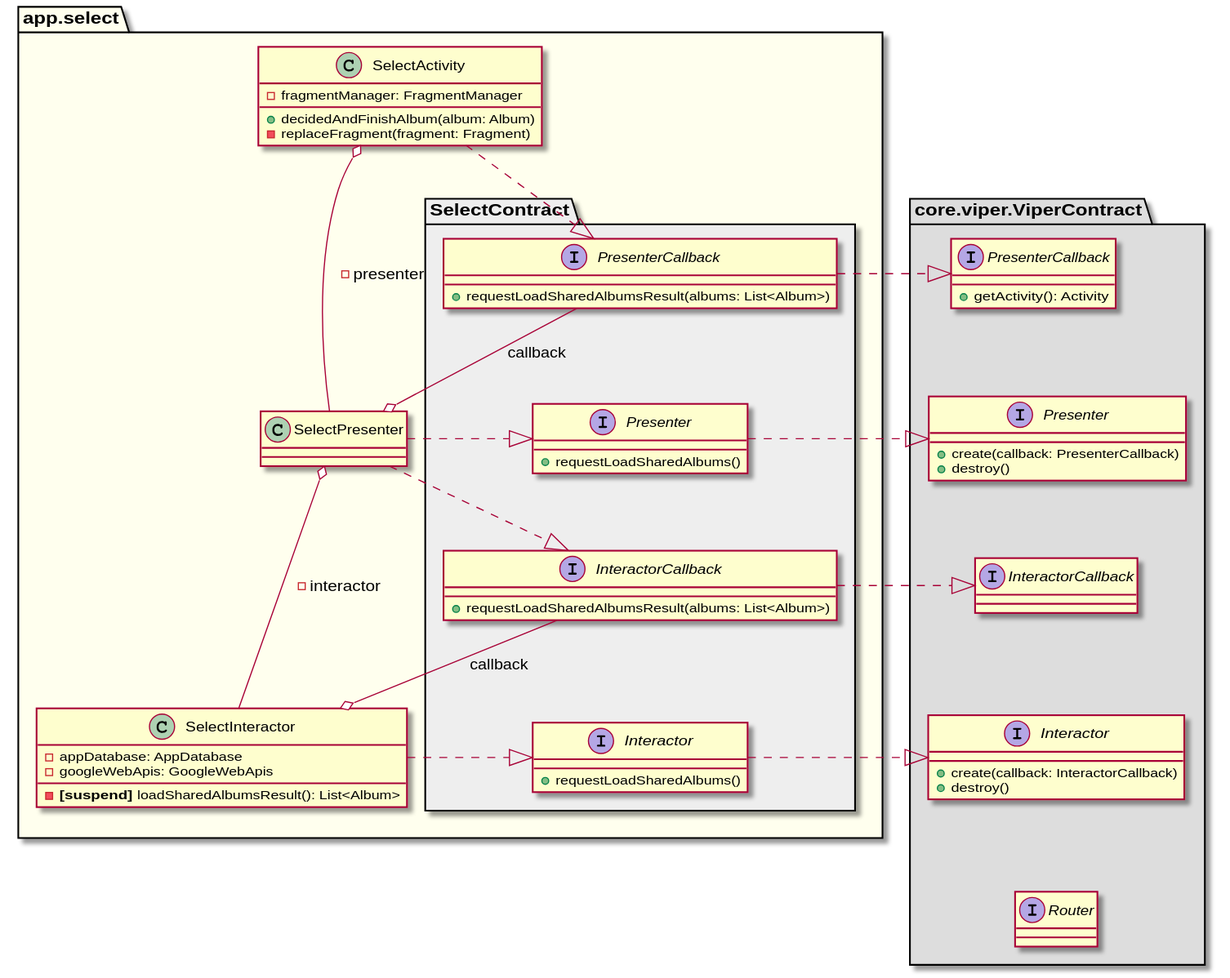
This is uml/select/class_diagram_select_viper.svg from sallyluenoa/PhotoSlideShow, a PlantUML export, as it was before one commit.
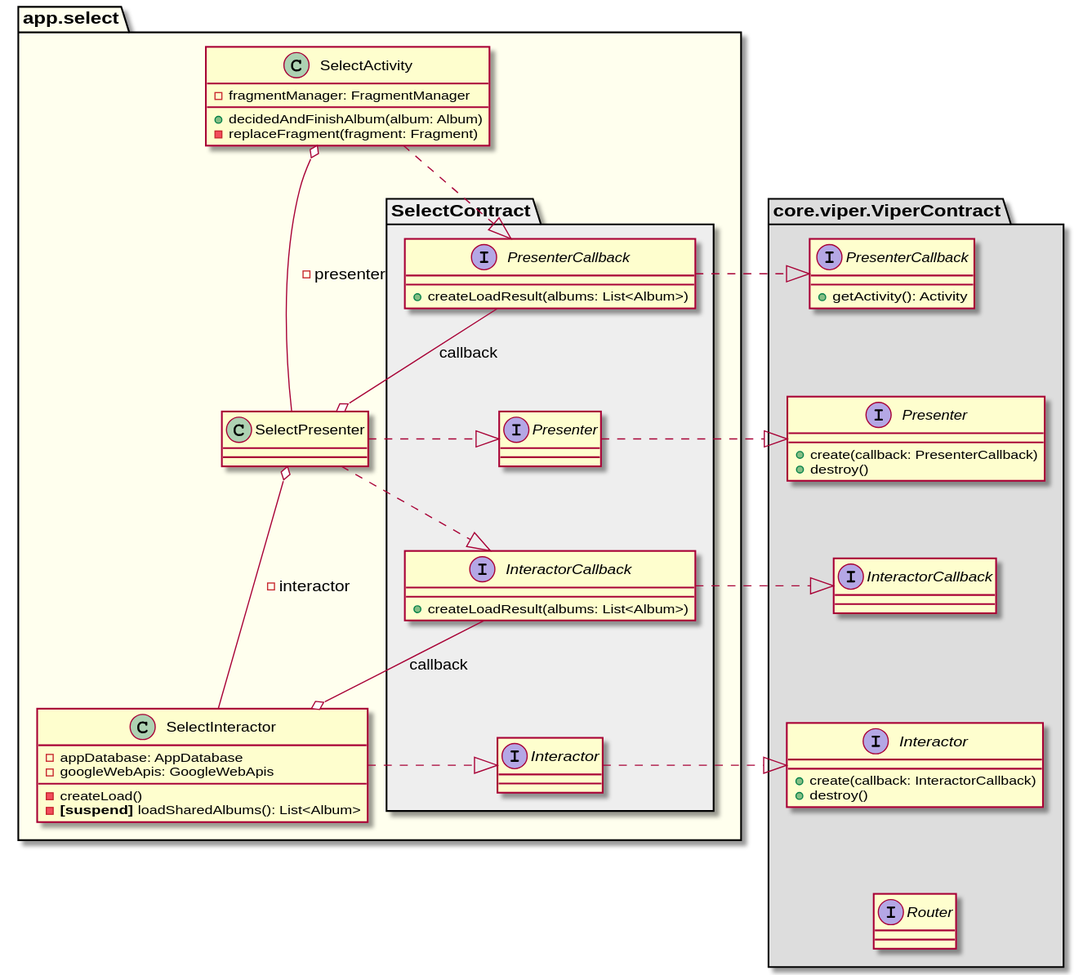
The same diagram one commit later.

Commit message:
Refactoring select module.

What changed in the source:
```diff
@@ -23,17 +23,13 @@
 namespace app.select #FFFFEE {
 
   namespace app.select.SelectContract #EEEEEE {
-    interface Presenter {
-      + requestLoadSharedAlbums()
+    interface Presenter
+    interface PresenterCallback {
+      + createLoadResult(albums: List<Album>)
     }
-    interface PresenterCallback {
-      + requestLoadSharedAlbumsResult(albums: List<Album>)
-    }
-    interface Interactor {
-      + requestLoadSharedAlbums()
-    }
+    interface Interactor
     interface InteractorCallback {
-      + requestLoadSharedAlbumsResult(albums: List<Album>)
+      + createLoadResult(albums: List<Album>)
     }
 
     PresenterCallback -[hidden]-> Presenter
@@ -50,7 +46,8 @@
   class SelectInteractor {
     - appDatabase: AppDatabase
     - googleWebApis: GoogleWebApis
-    - <b>[suspend]</b> loadSharedAlbumsResult(): List<Album>
+    - createLoad()
+    - <b>[suspend]</b> loadSharedAlbums(): List<Album>
   }
 
   SelectActivity o-down-- SelectPresenter: - presenter
```
